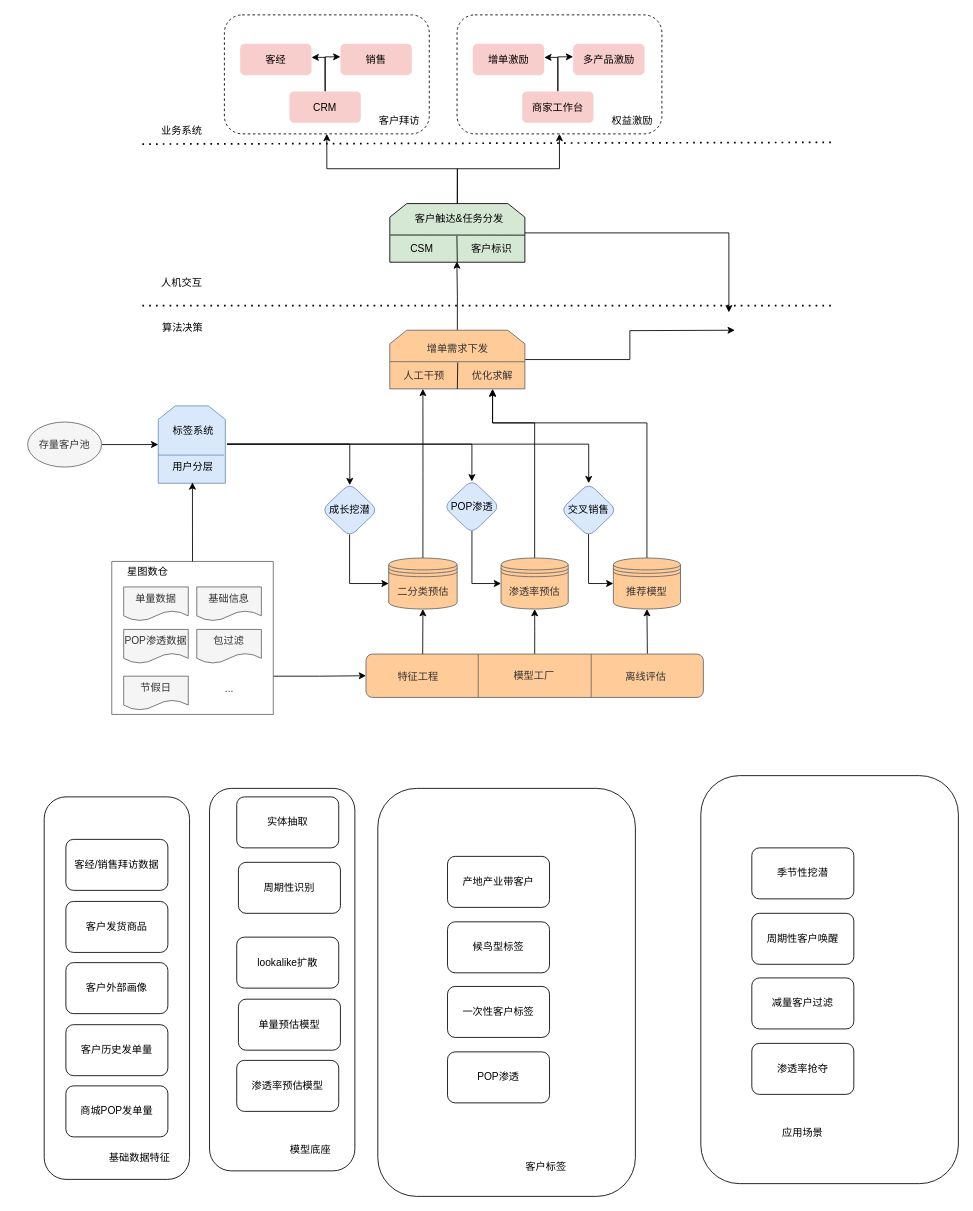
Earlier version of the draw.io diagram 客户画像.drawio (JintaiYang/drawio). Source tidied: cells renumbered, new cells numbered last; positions are measured from the earlier drawing's top-left corner, leaving out a move shared by most shapes. Both pictures are drawn from the tidied source at 85%, with x=0, y=0 at pixel (27, 14).
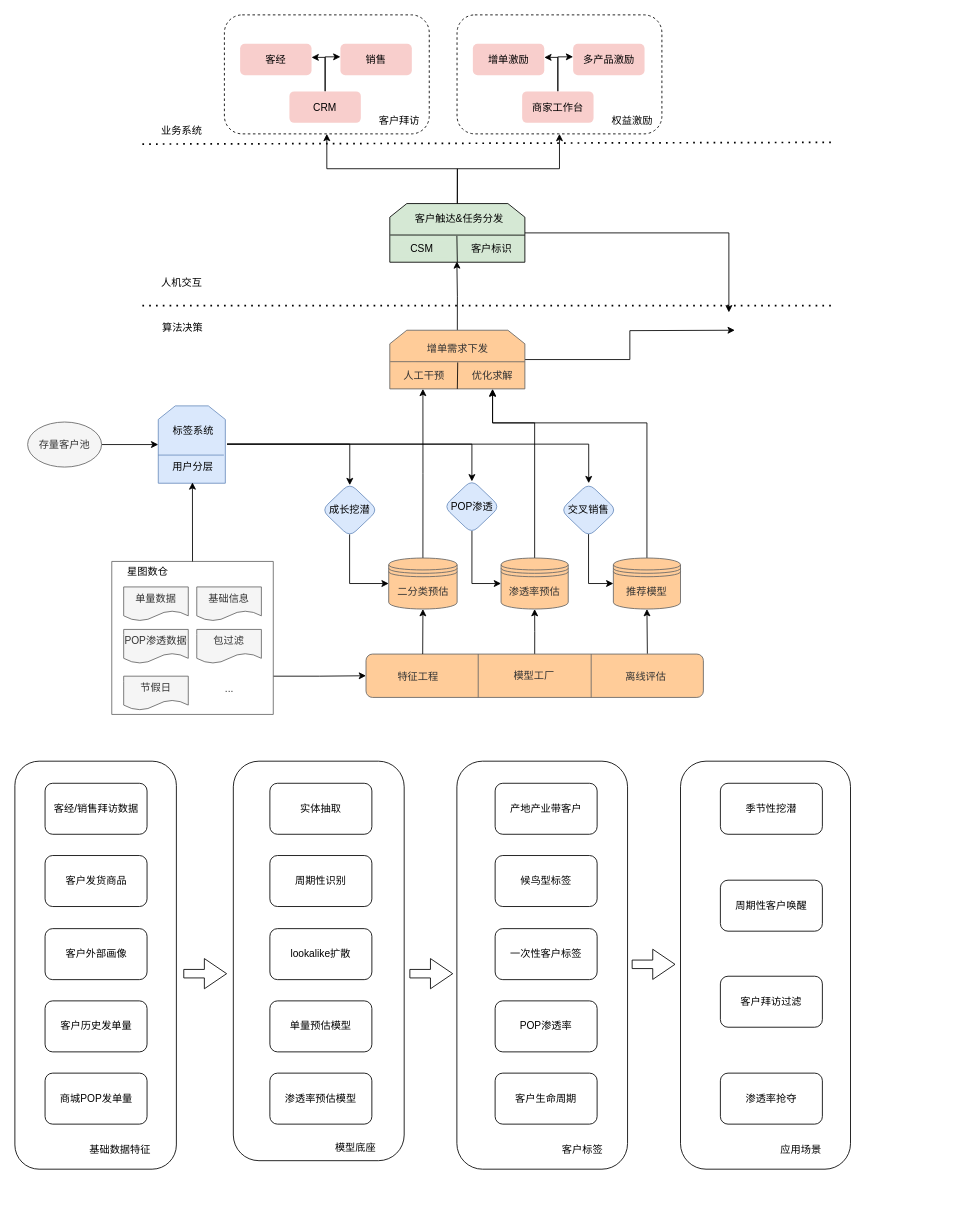
The same page after the edit.

Commit message:
更新客户画像.drawio

What changed in the source:
```diff
@@
+    <mxCell id="98" style="rounded=1;whiteSpace=wrap;html=1;fillColor=none;" parent="1" vertex="1">
+      <mxGeometry x="768.1" y="878" width="200" height="480" as="geometry" />
+    </mxCell>
+    <mxCell id="96" style="rounded=1;whiteSpace=wrap;html=1;fillColor=none;" parent="1" vertex="1">
+      <mxGeometry x="-15" y="878" width="190" height="480" as="geometry" />
+    </mxCell>
+    <mxCell id="89" style="rounded=1;whiteSpace=wrap;html=1;fillColor=none;" parent="1" vertex="1">
+      <mxGeometry x="505" y="878" width="200.8" height="480" as="geometry" />
+    </mxCell>
     <mxCell id="2" style="rounded=1;whiteSpace=wrap;html=1;fillColor=none;" parent="1" vertex="1">
-      <mxGeometry x="214" y="910" width="171" height="450" as="geometry" />
+      <mxGeometry x="242" y="878" width="201" height="470" as="geometry" />
     </mxCell>
@@
     <mxCell id="76" value="产地产业带客户" style="rounded=1;whiteSpace=wrap;html=1;" parent="1" vertex="1">
-      <mxGeometry x="494" y="990" width="120" height="60" as="geometry" />
+      <mxGeometry x="550" y="904" width="120" height="60" as="geometry" />
     </mxCell>
     <mxCell id="77" value="一次性客户标签" style="rounded=1;whiteSpace=wrap;html=1;" parent="1" vertex="1">
-      <mxGeometry x="494" y="1143" width="120" height="60" as="geometry" />
+      <mxGeometry x="550" y="1075" width="120" height="60" as="geometry" />
     </mxCell>
     <mxCell id="78" value="候鸟型标签" style="rounded=1;whiteSpace=wrap;html=1;" parent="1" vertex="1">
-      <mxGeometry x="494" y="1067" width="120" height="60" as="geometry" />
+      <mxGeometry x="550" y="989" width="120" height="60" as="geometry" />
     </mxCell>
-    <mxCell id="79" value="POP渗透" style="rounded=1;whiteSpace=wrap;html=1;" parent="1" vertex="1">
-      <mxGeometry x="494" y="1220" width="120" height="60" as="geometry" />
+    <mxCell id="79" value="POP渗透率" style="rounded=1;whiteSpace=wrap;html=1;" parent="1" vertex="1">
+      <mxGeometry x="550" y="1160" width="120" height="60" as="geometry" />
     </mxCell>
     <mxCell id="80" value="客经/销售拜访数据" style="rounded=1;whiteSpace=wrap;html=1;" parent="1" vertex="1">
-      <mxGeometry x="45" y="970" width="120" height="60" as="geometry" />
+      <mxGeometry x="20.5" y="904" width="120" height="60" as="geometry" />
     </mxCell>
-    <mxCell id="81" value="商城POP发单量" style="rounded=1;whiteSpace=wrap;html=1;" parent="1" vertex="1">
-      <mxGeometry x="45" y="1260" width="120" height="60" as="geometry" />
+    <mxCell id="81" value="商城POP发单量" style="rounded=1;whiteSpace=wrap;html=1;flipV=1;" parent="1" vertex="1">
+      <mxGeometry x="20.5" y="1245" width="120" height="60" as="geometry" />
     </mxCell>
     <mxCell id="82" value="客户发货商品" style="rounded=1;whiteSpace=wrap;html=1;" parent="1" vertex="1">
-      <mxGeometry x="45" y="1043" width="120" height="60" as="geometry" />
+      <mxGeometry x="20.5" y="989" width="120" height="60" as="geometry" />
     </mxCell>
     <mxCell id="83" value="客户外部画像" style="rounded=1;whiteSpace=wrap;html=1;" parent="1" vertex="1">
-      <mxGeometry x="45" y="1115" width="120" height="60" as="geometry" />
+      <mxGeometry x="20.5" y="1075" width="120" height="60" as="geometry" />
     </mxCell>
     <mxCell id="84" value="客户历史发单量" style="rounded=1;whiteSpace=wrap;html=1;" parent="1" vertex="1">
-      <mxGeometry x="45" y="1188" width="120" height="60" as="geometry" />
+      <mxGeometry x="20.5" y="1160" width="120" height="60" as="geometry" />
     </mxCell>
-    <mxCell id="85" value="季节性挖潜" style="rounded=1;whiteSpace=wrap;html=1;" parent="1" vertex="1">
-      <mxGeometry x="852" y="980" width="120" height="60" as="geometry" />
+    <mxCell id="85" value="季节性挖潜" style="rounded=1;whiteSpace=wrap;html=1;flipV=0;flipH=0;" parent="1" vertex="1">
+      <mxGeometry x="815" y="904" width="120" height="60" as="geometry" />
     </mxCell>
-    <mxCell id="86" value="减量客户过滤" style="rounded=1;whiteSpace=wrap;html=1;" parent="1" vertex="1">
-      <mxGeometry x="852" y="1133" width="120" height="60" as="geometry" />
+    <mxCell id="86" value="客户拜访过滤" style="rounded=1;whiteSpace=wrap;html=1;flipV=0;flipH=0;" parent="1" vertex="1">
+      <mxGeometry x="815" y="1131" width="120" height="60" as="geometry" />
     </mxCell>
-    <mxCell id="87" value="周期性客户唤醒" style="rounded=1;whiteSpace=wrap;html=1;" parent="1" vertex="1">
-      <mxGeometry x="852" y="1057" width="120" height="60" as="geometry" />
+    <mxCell id="87" value="周期性客户唤醒" style="rounded=1;whiteSpace=wrap;html=1;flipV=0;flipH=0;" parent="1" vertex="1">
+      <mxGeometry x="815" y="1018" width="120" height="60" as="geometry" />
     </mxCell>
-    <mxCell id="88" value="渗透率抢夺" style="rounded=1;whiteSpace=wrap;html=1;" parent="1" vertex="1">
-      <mxGeometry x="852" y="1210" width="120" height="60" as="geometry" />
+    <mxCell id="88" value="渗透率抢夺" style="rounded=1;whiteSpace=wrap;html=1;flipV=0;flipH=0;" parent="1" vertex="1">
+      <mxGeometry x="815" y="1245" width="120" height="60" as="geometry" />
     </mxCell>
-    <mxCell id="89" style="rounded=1;whiteSpace=wrap;html=1;fillColor=none;" parent="1" vertex="1">
-      <mxGeometry x="412" y="910" width="303" height="480" as="geometry" />
-    </mxCell>
     <mxCell id="90" value="实体抽取" style="rounded=1;whiteSpace=wrap;html=1;" parent="1" vertex="1">
-      <mxGeometry x="246" y="920" width="120" height="60" as="geometry" />
+      <mxGeometry x="285" y="904" width="120" height="60" as="geometry" />
     </mxCell>
     <mxCell id="91" value="lookalike扩散" style="rounded=1;whiteSpace=wrap;html=1;" parent="1" vertex="1">
-      <mxGeometry x="246" y="1085" width="120" height="60" as="geometry" />
+      <mxGeometry x="285" y="1075" width="120" height="60" as="geometry" />
     </mxCell>
     <mxCell id="92" value="单量预估模型" style="rounded=1;whiteSpace=wrap;html=1;" parent="1" vertex="1">
-      <mxGeometry x="248" y="1158" width="120" height="60" as="geometry" />
+      <mxGeometry x="285" y="1160" width="120" height="60" as="geometry" />
     </mxCell>
     <mxCell id="93" value="客户标签" style="text;html=1;strokeColor=none;fillColor=none;align=center;verticalAlign=middle;whiteSpace=wrap;rounded=0;" parent="1" vertex="1">
-      <mxGeometry x="565" y="1340" width="90" height="30" as="geometry" />
+      <mxGeometry x="607.8" y="1320" width="90" height="30" as="geometry" />
     </mxCell>
-    <mxCell id="94" value="渗透率预估模型" style="rounded=1;whiteSpace=wrap;html=1;" parent="1" vertex="1">
-      <mxGeometry x="246" y="1230" width="120" height="60" as="geometry" />
+    <mxCell id="94" value="渗透率预估模型" style="rounded=1;whiteSpace=wrap;html=1;flipV=1;" parent="1" vertex="1">
+      <mxGeometry x="285" y="1245" width="120" height="60" as="geometry" />
     </mxCell>
     <mxCell id="95" value="模型底座" style="text;html=1;strokeColor=none;fillColor=none;align=center;verticalAlign=middle;whiteSpace=wrap;rounded=0;" parent="1" vertex="1">
-      <mxGeometry x="288" y="1320" width="90" height="30" as="geometry" />
+      <mxGeometry x="340.6" y="1318" width="90" height="30" as="geometry" />
     </mxCell>
-    <mxCell id="96" style="rounded=1;whiteSpace=wrap;html=1;fillColor=none;" parent="1" vertex="1">
-      <mxGeometry x="19.5" y="920" width="171" height="450" as="geometry" />
-    </mxCell>
     <mxCell id="97" value="基础数据特征" style="text;html=1;strokeColor=none;fillColor=none;align=center;verticalAlign=middle;whiteSpace=wrap;rounded=0;" parent="1" vertex="1">
-      <mxGeometry x="87" y="1330" width="90" height="30" as="geometry" />
+      <mxGeometry x="63.7" y="1320" width="90" height="30" as="geometry" />
     </mxCell>
-    <mxCell id="98" style="rounded=1;whiteSpace=wrap;html=1;fillColor=none;" parent="1" vertex="1">
-      <mxGeometry x="792" y="895" width="303" height="480" as="geometry" />
-    </mxCell>
     <mxCell id="99" value="应用场景" style="text;html=1;strokeColor=none;fillColor=none;align=center;verticalAlign=middle;whiteSpace=wrap;rounded=0;" parent="1" vertex="1">
-      <mxGeometry x="867" y="1300" width="90" height="30" as="geometry" />
+      <mxGeometry x="865" y="1320" width="90" height="30" as="geometry" />
     </mxCell>
     <mxCell id="100" value="周期性识别" style="rounded=1;whiteSpace=wrap;html=1;" parent="1" vertex="1">
-      <mxGeometry x="248" y="997" width="120" height="60" as="geometry" />
+      <mxGeometry x="285" y="989" width="120" height="60" as="geometry" />
     </mxCell>
+    <mxCell id="101" value="客户生命周期" style="rounded=1;whiteSpace=wrap;html=1;flipV=1;" parent="1" vertex="1">
+      <mxGeometry x="550" y="1245" width="120" height="60" as="geometry" />
+    </mxCell>
+    <mxCell id="102" style="shape=flexArrow;endArrow=classic;html=1;rounded=0;endWidth=24.545454545454543;endSize=8.39090909090909;" parent="1" edge="1">
+      <mxGeometry relative="1" as="geometry">
+        <mxPoint x="710.7" y="1117" as="sourcePoint" />
+        <mxPoint x="762.1" y="1117" as="targetPoint" />
+      </mxGeometry>
+    </mxCell>
+    <mxCell id="103" style="shape=flexArrow;endArrow=classic;html=1;rounded=0;endWidth=24.545454545454543;endSize=8.39090909090909;" parent="1" edge="1">
+      <mxGeometry relative="1" as="geometry">
+        <mxPoint x="449.2" y="1128" as="sourcePoint" />
+        <mxPoint x="500.6" y="1128" as="targetPoint" />
+      </mxGeometry>
+    </mxCell>
+    <mxCell id="104" style="shape=flexArrow;endArrow=classic;html=1;rounded=0;endWidth=24.545454545454543;endSize=8.39090909090909;" parent="1" edge="1">
+      <mxGeometry relative="1" as="geometry">
+        <mxPoint x="183.2" y="1128" as="sourcePoint" />
+        <mxPoint x="234.6" y="1128" as="targetPoint" />
+      </mxGeometry>
+    </mxCell>
```
